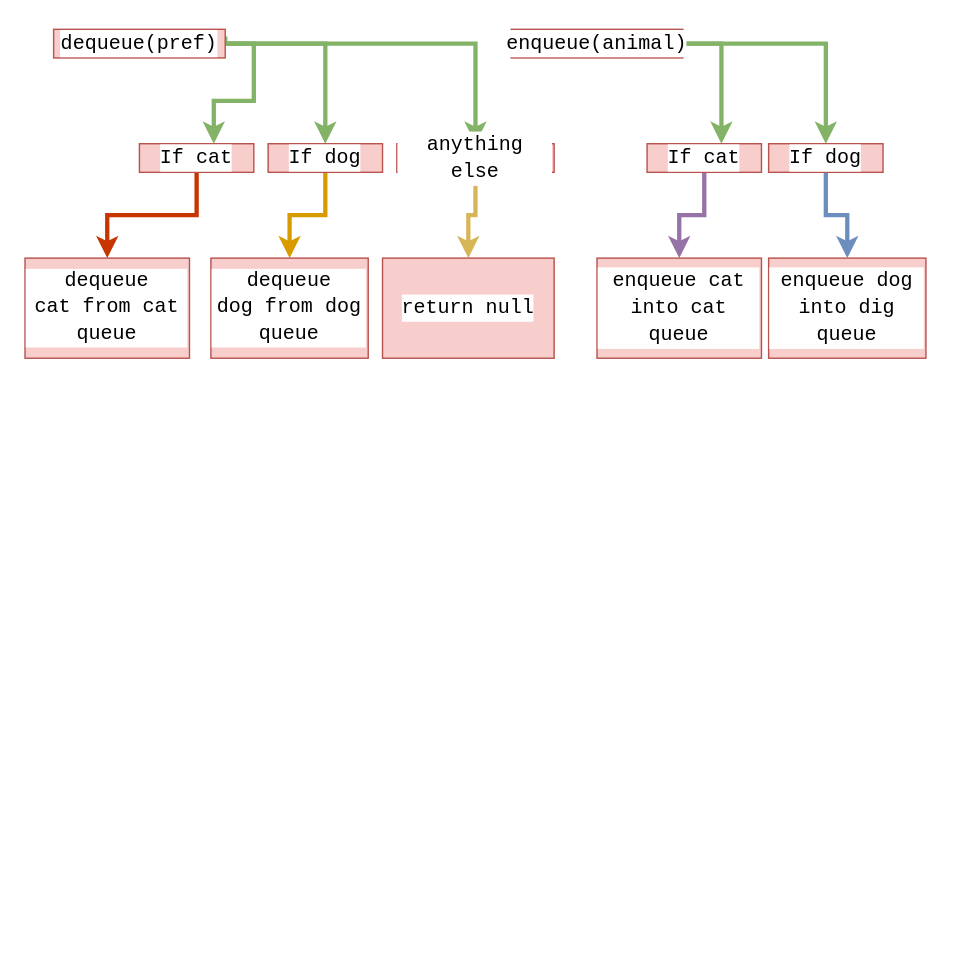
shadykh/uml keeps this draw.io diagram as page "Page-5" (5 of 5) of Untitled Diagram.drawio. Above is the earlier version. Source tidied: cells renumbered, new cells numbered last; positions are measured from the earlier drawing's top-left corner, leaving out a move shared by most shapes. Both pictures are drawn from the tidied source at 143%, with x=0, y=0 at pixel (24, 29).
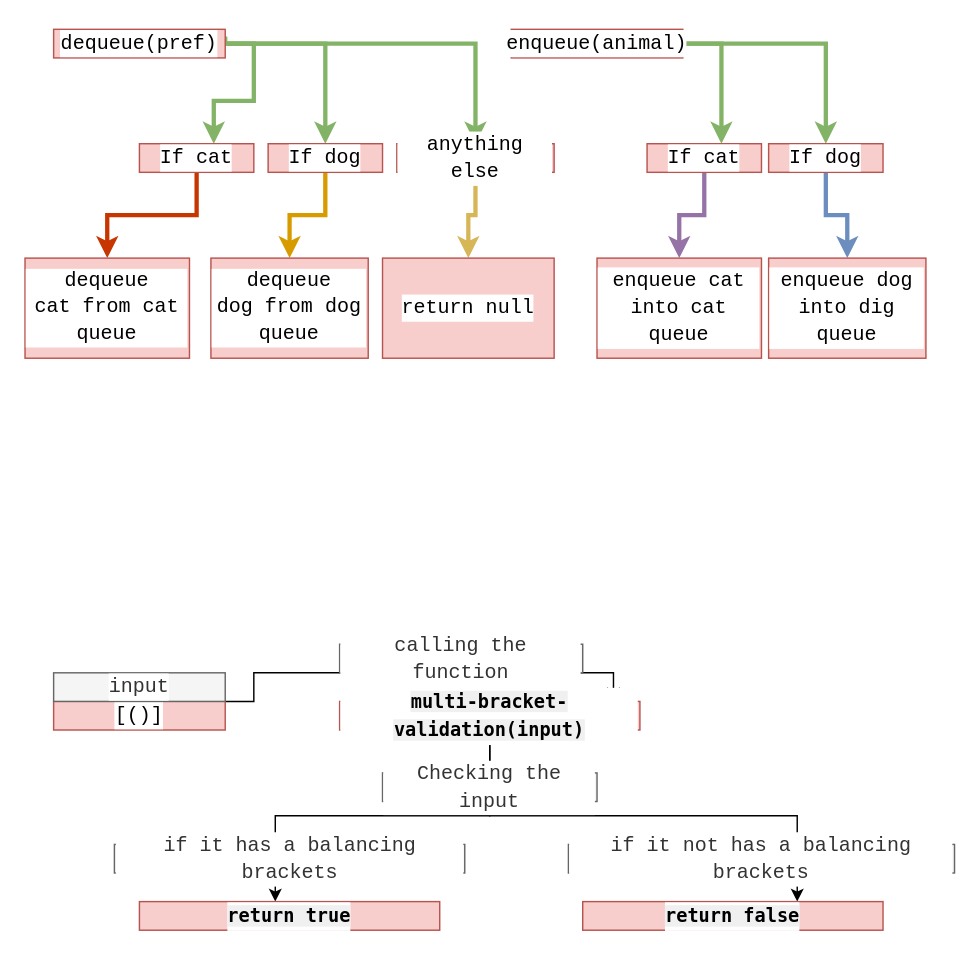
The same diagram, later.

Change to the diagram source:
```diff
@@
+    <mxCell id="26" style="edgeStyle=orthogonalEdgeStyle;rounded=0;jettySize=auto;html=1;exitX=1;exitY=0;exitDx=0;exitDy=0;entryX=0.912;entryY=-0.03;entryDx=0;entryDy=0;entryPerimeter=0;fontColor=#000000;" parent="1" edge="1" source="27" target="31">
+      <mxGeometry relative="1" as="geometry">
+        <Array as="points">
+          <mxPoint x="160" y="470" />
+          <mxPoint x="160" y="450" />
+          <mxPoint x="412" y="450" />
+        </Array>
+      </mxGeometry>
+    </mxCell>
+    <mxCell id="27" value="&lt;div style=&quot;font-family: &amp;#34;consolas&amp;#34; , &amp;#34;courier new&amp;#34; , monospace ; font-size: 14px ; line-height: 19px&quot;&gt;[()]&lt;/div&gt;" style="text;html=1;strokeColor=#b85450;fillColor=#f8cecc;align=center;verticalAlign=middle;whiteSpace=wrap;rounded=0;labelBackgroundColor=#ffffff;" parent="1" vertex="1">
+      <mxGeometry x="20" y="470" width="120" height="20" as="geometry" />
+    </mxCell>
+    <mxCell id="28" value="&lt;div style=&quot;font-family: &amp;#34;consolas&amp;#34; , &amp;#34;courier new&amp;#34; , monospace ; font-size: 14px ; line-height: 19px&quot;&gt;input&lt;/div&gt;" style="text;html=1;align=center;verticalAlign=middle;whiteSpace=wrap;rounded=0;labelBackgroundColor=#ffffff;fillColor=#f5f5f5;strokeColor=#666666;fontColor=#333333;" parent="1" vertex="1">
+      <mxGeometry x="20" y="450" width="120" height="20" as="geometry" />
+    </mxCell>
+    <mxCell id="29" style="edgeStyle=orthogonalEdgeStyle;rounded=0;jettySize=auto;html=1;fontColor=#000000;" parent="1" edge="1" source="31" target="33">
+      <mxGeometry relative="1" as="geometry">
+        <Array as="points">
+          <mxPoint x="325" y="550" />
+          <mxPoint x="175" y="550" />
+        </Array>
+      </mxGeometry>
+    </mxCell>
+    <mxCell id="30" style="edgeStyle=orthogonalEdgeStyle;rounded=0;jettySize=auto;html=1;fontColor=#000000;exitX=0.5;exitY=1;exitDx=0;exitDy=0;" parent="1" edge="1" source="31" target="35">
+      <mxGeometry relative="1" as="geometry">
+        <Array as="points">
+          <mxPoint x="325" y="550" />
+          <mxPoint x="540" y="550" />
+        </Array>
+      </mxGeometry>
+    </mxCell>
+    <mxCell id="31" value="&lt;div style=&quot;font-family: &amp;#34;consolas&amp;#34; , &amp;#34;courier new&amp;#34; , monospace ; font-size: 14px ; line-height: 19px&quot;&gt;&lt;span style=&quot;font-family: &amp;#34;lucida sans&amp;#34; , &amp;#34;monaco&amp;#34; , &amp;#34;bitstream vera sans mono&amp;#34; , &amp;#34;lucida console&amp;#34; , &amp;#34;terminal&amp;#34; ; font-size: 13px ; font-weight: 700 ; text-align: left ; background-color: rgb(240 , 240 , 240)&quot;&gt;multi-bracket-validation(input)&lt;/span&gt;&lt;br&gt;&lt;/div&gt;" style="text;html=1;strokeColor=#b85450;fillColor=#f8cecc;align=center;verticalAlign=middle;whiteSpace=wrap;rounded=0;labelBackgroundColor=#ffffff;" parent="1" vertex="1">
+      <mxGeometry x="220" y="470" width="210" height="20" as="geometry" />
+    </mxCell>
+    <mxCell id="32" value="&lt;div style=&quot;font-family: &amp;#34;consolas&amp;#34; , &amp;#34;courier new&amp;#34; , monospace ; font-size: 14px ; line-height: 19px&quot;&gt;calling the function&lt;/div&gt;" style="text;html=1;align=center;verticalAlign=middle;whiteSpace=wrap;rounded=0;labelBackgroundColor=#ffffff;fillColor=#f5f5f5;strokeColor=#666666;fontColor=#333333;" parent="1" vertex="1">
+      <mxGeometry x="220" y="430" width="170" height="20" as="geometry" />
+    </mxCell>
+    <mxCell id="33" value="&lt;div style=&quot;font-family: &amp;#34;consolas&amp;#34; , &amp;#34;courier new&amp;#34; , monospace ; font-size: 14px ; line-height: 19px&quot;&gt;&lt;span style=&quot;font-family: &amp;#34;lucida sans&amp;#34; , &amp;#34;monaco&amp;#34; , &amp;#34;bitstream vera sans mono&amp;#34; , &amp;#34;lucida console&amp;#34; , &amp;#34;terminal&amp;#34; ; font-size: 13px ; font-weight: 700 ; text-align: left ; background-color: rgb(240 , 240 , 240)&quot;&gt;return true&lt;/span&gt;&lt;br&gt;&lt;/div&gt;" style="text;html=1;strokeColor=#b85450;fillColor=#f8cecc;align=center;verticalAlign=middle;whiteSpace=wrap;rounded=0;labelBackgroundColor=#ffffff;" parent="1" vertex="1">
+      <mxGeometry x="80" y="610" width="210" height="20" as="geometry" />
+    </mxCell>
+    <mxCell id="34" value="&lt;div style=&quot;font-family: &amp;#34;consolas&amp;#34; , &amp;#34;courier new&amp;#34; , monospace ; font-size: 14px ; line-height: 19px&quot;&gt;Checking the input&lt;/div&gt;" style="text;html=1;align=center;verticalAlign=middle;whiteSpace=wrap;rounded=0;labelBackgroundColor=#ffffff;fillColor=#f5f5f5;strokeColor=#666666;fontColor=#333333;" parent="1" vertex="1">
+      <mxGeometry x="250" y="520" width="150" height="20" as="geometry" />
+    </mxCell>
+    <mxCell id="35" value="&lt;div style=&quot;font-family: &amp;#34;consolas&amp;#34; , &amp;#34;courier new&amp;#34; , monospace ; font-size: 14px ; line-height: 19px&quot;&gt;&lt;span style=&quot;font-family: &amp;#34;lucida sans&amp;#34; , &amp;#34;monaco&amp;#34; , &amp;#34;bitstream vera sans mono&amp;#34; , &amp;#34;lucida console&amp;#34; , &amp;#34;terminal&amp;#34; ; font-size: 13px ; font-weight: 700 ; text-align: left ; background-color: rgb(240 , 240 , 240)&quot;&gt;return false&lt;/span&gt;&lt;br&gt;&lt;/div&gt;" style="text;html=1;strokeColor=#b85450;fillColor=#f8cecc;align=center;verticalAlign=middle;whiteSpace=wrap;rounded=0;labelBackgroundColor=#ffffff;" parent="1" vertex="1">
+      <mxGeometry x="390" y="610" width="210" height="20" as="geometry" />
+    </mxCell>
+    <mxCell id="36" value="&lt;div style=&quot;font-family: &amp;#34;consolas&amp;#34; , &amp;#34;courier new&amp;#34; , monospace ; font-size: 14px ; line-height: 19px&quot;&gt;if it has a balancing brackets&lt;/div&gt;" style="text;html=1;align=center;verticalAlign=middle;whiteSpace=wrap;rounded=0;labelBackgroundColor=#ffffff;fillColor=#f5f5f5;strokeColor=#666666;fontColor=#333333;" parent="1" vertex="1">
+      <mxGeometry x="62.5" y="570" width="245" height="20" as="geometry" />
+    </mxCell>
+    <mxCell id="37" value="&lt;div style=&quot;font-family: &amp;#34;consolas&amp;#34; , &amp;#34;courier new&amp;#34; , monospace ; font-size: 14px ; line-height: 19px&quot;&gt;if it not has a balancing brackets&lt;/div&gt;" style="text;html=1;align=center;verticalAlign=middle;whiteSpace=wrap;rounded=0;labelBackgroundColor=#ffffff;fillColor=#f5f5f5;strokeColor=#666666;fontColor=#333333;" parent="1" vertex="1">
+      <mxGeometry x="380" y="570" width="270" height="20" as="geometry" />
+    </mxCell>
```
